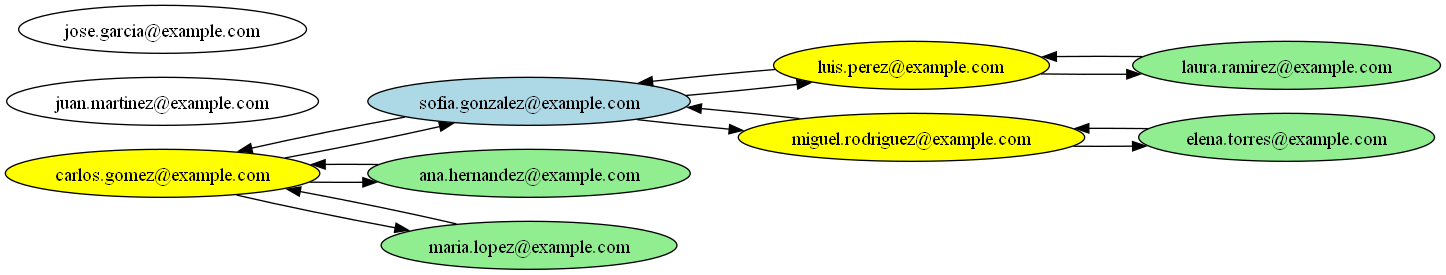
The Graphviz diagram pruebas/listaAdyacenciaGlobal.png in matiuuh/-EDD-Proyecto1_202203009, before a commit. Its source is kept beside it as pruebas/listaAdyacenciaGlobal.dot. Its diagram source:
```dot
digraph g {
rankdir=LR;
"carlos.gomez@example.com" [label="carlos.gomez@example.com" style=filled fillcolor="yellow"];
"carlos.gomez@example.com" -> "sofia.gonzalez@example.com";
"carlos.gomez@example.com" -> "ana.hernandez@example.com";
"carlos.gomez@example.com" -> "maria.lopez@example.com";
"maria.lopez@example.com" [label="maria.lopez@example.com" style=filled fillcolor="lightgreen"];
"maria.lopez@example.com" -> "carlos.gomez@example.com";
"juan.martinez@example.com" [label="juan.martinez@example.com" style=filled fillcolor="white"];
"ana.hernandez@example.com" [label="ana.hernandez@example.com" style=filled fillcolor="lightgreen"];
"ana.hernandez@example.com" -> "carlos.gomez@example.com";
"luis.perez@example.com" [label="luis.perez@example.com" style=filled fillcolor="yellow"];
"luis.perez@example.com" -> "sofia.gonzalez@example.com";
"luis.perez@example.com" -> "laura.ramirez@example.com";
"laura.ramirez@example.com" [label="laura.ramirez@example.com" style=filled fillcolor="lightgreen"];
"laura.ramirez@example.com" -> "luis.perez@example.com";
"jose.garcia@example.com" [label="jose.garcia@example.com" style=filled fillcolor="white"];
"elena.torres@example.com" [label="elena.torres@example.com" style=filled fillcolor="lightgreen"];
"elena.torres@example.com" -> "miguel.rodriguez@example.com";
"miguel.rodriguez@example.com" [label="miguel.rodriguez@example.com" style=filled fillcolor="yellow"];
"miguel.rodriguez@example.com" -> "sofia.gonzalez@example.com";
"miguel.rodriguez@example.com" -> "elena.torres@example.com";
"sofia.gonzalez@example.com" [label="sofia.gonzalez@example.com" style=filled fillcolor="lightblue"];
"sofia.gonzalez@example.com" -> "carlos.gomez@example.com";
"sofia.gonzalez@example.com" -> "miguel.rodriguez@example.com";
"sofia.gonzalez@example.com" -> "luis.perez@example.com";
}
```
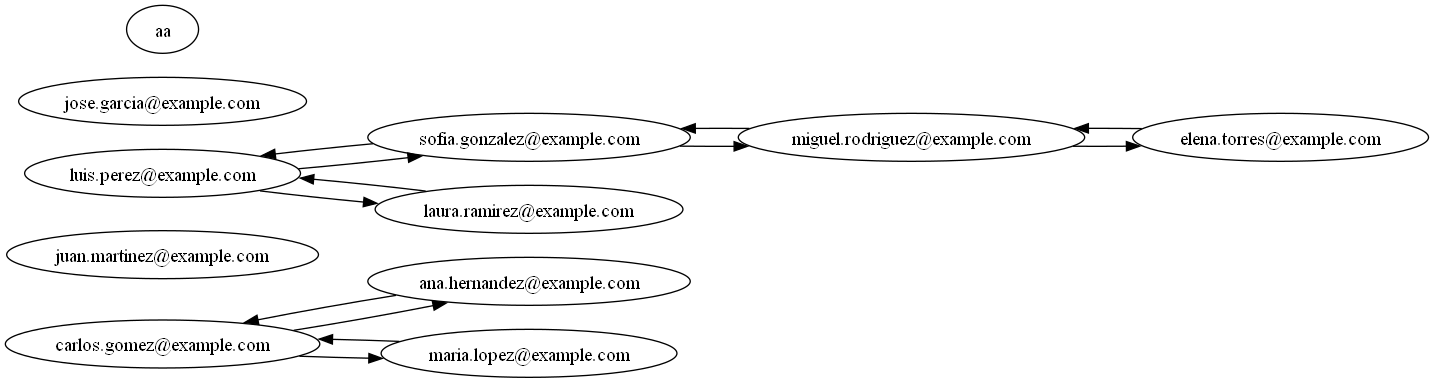
The same file after the commit.

Change to the diagram source:
```diff
@@ -1,27 +1,26 @@
 digraph g {
 rankdir=LR;
-"carlos.gomez@example.com" [label="carlos.gomez@example.com" style=filled fillcolor="yellow"];
-"carlos.gomez@example.com" -> "sofia.gonzalez@example.com";
+"carlos.gomez@example.com" [label="carlos.gomez@example.com" style=filled fillcolor="white"];
 "carlos.gomez@example.com" -> "ana.hernandez@example.com";
 "carlos.gomez@example.com" -> "maria.lopez@example.com";
-"maria.lopez@example.com" [label="maria.lopez@example.com" style=filled fillcolor="lightgreen"];
+"maria.lopez@example.com" [label="maria.lopez@example.com" style=filled fillcolor="white"];
 "maria.lopez@example.com" -> "carlos.gomez@example.com";
 "juan.martinez@example.com" [label="juan.martinez@example.com" style=filled fillcolor="white"];
-"ana.hernandez@example.com" [label="ana.hernandez@example.com" style=filled fillcolor="lightgreen"];
+"ana.hernandez@example.com" [label="ana.hernandez@example.com" style=filled fillcolor="white"];
 "ana.hernandez@example.com" -> "carlos.gomez@example.com";
-"luis.perez@example.com" [label="luis.perez@example.com" style=filled fillcolor="yellow"];
+"luis.perez@example.com" [label="luis.perez@example.com" style=filled fillcolor="white"];
 "luis.perez@example.com" -> "sofia.gonzalez@example.com";
 "luis.perez@example.com" -> "laura.ramirez@example.com";
-"laura.ramirez@example.com" [label="laura.ramirez@example.com" style=filled fillcolor="lightgreen"];
+"laura.ramirez@example.com" [label="laura.ramirez@example.com" style=filled fillcolor="white"];
 "laura.ramirez@example.com" -> "luis.perez@example.com";
 "jose.garcia@example.com" [label="jose.garcia@example.com" style=filled fillcolor="white"];
-"elena.torres@example.com" [label="elena.torres@example.com" style=filled fillcolor="lightgreen"];
+"elena.torres@example.com" [label="elena.torres@example.com" style=filled fillcolor="white"];
 "elena.torres@example.com" -> "miguel.rodriguez@example.com";
-"miguel.rodriguez@example.com" [label="miguel.rodriguez@example.com" style=filled fillcolor="yellow"];
+"miguel.rodriguez@example.com" [label="miguel.rodriguez@example.com" style=filled fillcolor="white"];
 "miguel.rodriguez@example.com" -> "sofia.gonzalez@example.com";
 "miguel.rodriguez@example.com" -> "elena.torres@example.com";
-"sofia.gonzalez@example.com" [label="sofia.gonzalez@example.com" style=filled fillcolor="lightblue"];
-"sofia.gonzalez@example.com" -> "carlos.gomez@example.com";
+"sofia.gonzalez@example.com" [label="sofia.gonzalez@example.com" style=filled fillcolor="white"];
 "sofia.gonzalez@example.com" -> "miguel.rodriguez@example.com";
 "sofia.gonzalez@example.com" -> "luis.perez@example.com";
+"aa" [label="aa" style=filled fillcolor="white"];
 }
```
